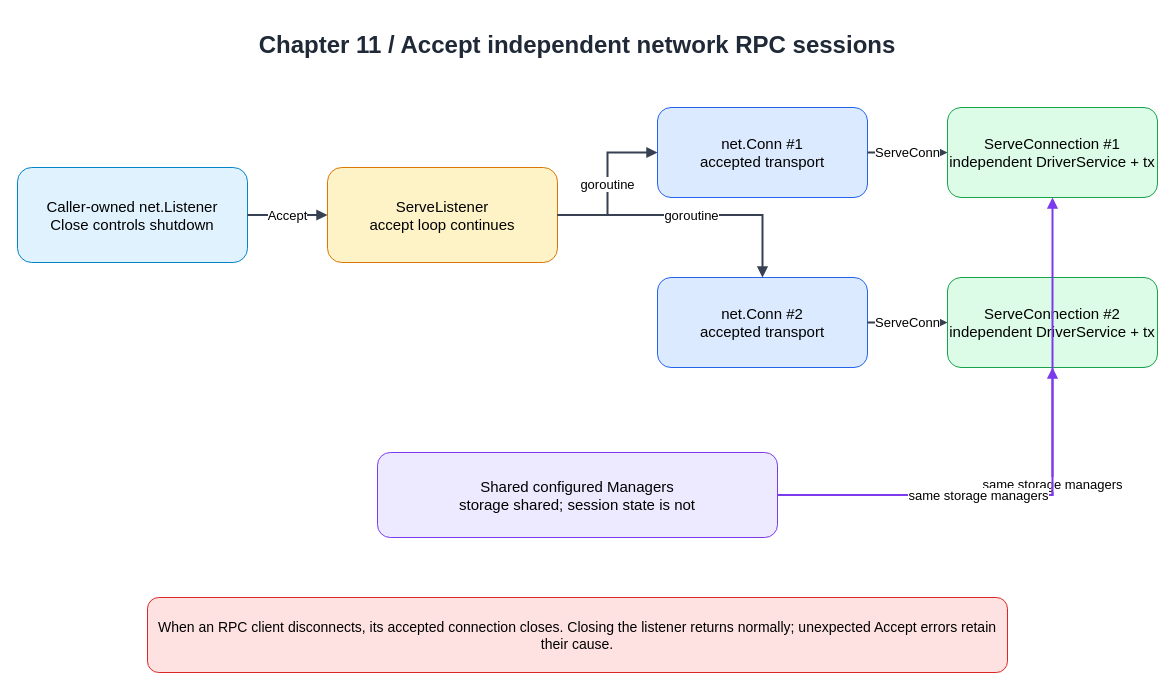
The draw.io diagram docs/diagrams/ch11-network-rpc-listener.drawio in Rwatana/simledb_in_go, before the edit. Source tidied: cells renumbered, new cells numbered last; positions are measured from the earlier drawing's top-left corner, leaving out a move shared by most shapes. Both pictures are drawn from the tidied source at 100%, with x=0, y=0 at pixel (17, 17).
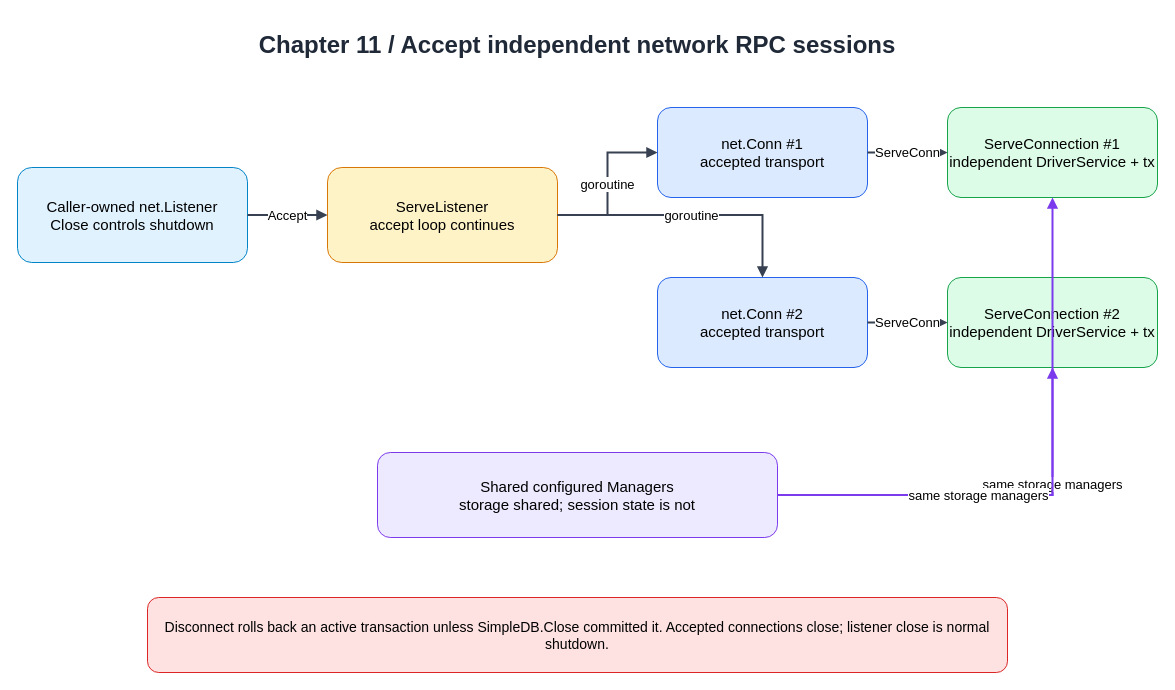
The same page after the edit.

Commit message (it also covers changes not shown here):
feat: roll back unfinished RPC transactions on disconnect (#1189)

Change to the diagram source:
```diff
@@
 <mxGraphModel>
   <root>
     <mxCell id="0" />
     <mxCell id="1" parent="0" />
     <mxCell id="2" value="Chapter 11 / Accept independent network RPC sessions" style="text;html=1;align=center;verticalAlign=middle;whiteSpace=wrap;rounded=0;fontSize=24;fontStyle=1;fontColor=#1f2937;" parent="1" vertex="1">
       <mxGeometry x="40" width="1040" height="55" as="geometry" />
     </mxCell>
     <mxCell id="3" value="Caller-owned net.Listener&#10;Close controls shutdown" style="rounded=1;whiteSpace=wrap;html=1;fillColor=#e0f2fe;strokeColor=#0284c7;fontSize=15;" parent="1" vertex="1">
       <mxGeometry y="150" width="230" height="95" as="geometry" />
     </mxCell>
     <mxCell id="4" value="ServeListener&#10;accept loop continues" style="rounded=1;whiteSpace=wrap;html=1;fillColor=#fef3c7;strokeColor=#d97706;fontSize=15;" parent="1" vertex="1">
       <mxGeometry x="310" y="150" width="230" height="95" as="geometry" />
     </mxCell>
     <mxCell id="5" value="net.Conn #1&#10;accepted transport" style="rounded=1;whiteSpace=wrap;html=1;fillColor=#dbeafe;strokeColor=#2563eb;fontSize=15;" parent="1" vertex="1">
       <mxGeometry x="640" y="90" width="210" height="90" as="geometry" />
     </mxCell>
     <mxCell id="6" value="ServeConnection #1&#10;independent DriverService + tx" style="rounded=1;whiteSpace=wrap;html=1;fillColor=#dcfce7;strokeColor=#16a34a;fontSize=15;" parent="1" vertex="1">
       <mxGeometry x="930" y="90" width="210" height="90" as="geometry" />
     </mxCell>
     <mxCell id="7" value="net.Conn #2&#10;accepted transport" style="rounded=1;whiteSpace=wrap;html=1;fillColor=#dbeafe;strokeColor=#2563eb;fontSize=15;" parent="1" vertex="1">
       <mxGeometry x="640" y="260" width="210" height="90" as="geometry" />
     </mxCell>
     <mxCell id="8" value="ServeConnection #2&#10;independent DriverService + tx" style="rounded=1;whiteSpace=wrap;html=1;fillColor=#dcfce7;strokeColor=#16a34a;fontSize=15;" parent="1" vertex="1">
       <mxGeometry x="930" y="260" width="210" height="90" as="geometry" />
     </mxCell>
     <mxCell id="9" value="Shared configured Managers&#10;storage shared; session state is not" style="rounded=1;whiteSpace=wrap;html=1;fillColor=#ede9fe;strokeColor=#7c3aed;fontSize=15;" parent="1" vertex="1">
       <mxGeometry x="360" y="435" width="400" height="85" as="geometry" />
     </mxCell>
-    <mxCell id="10" value="When an RPC client disconnects, its accepted connection closes. Closing the listener returns normally; unexpected Accept errors retain their cause." style="rounded=1;whiteSpace=wrap;html=1;fillColor=#fee2e2;strokeColor=#dc2626;fontSize=14;" parent="1" vertex="1">
+    <mxCell id="10" value="Disconnect rolls back an active transaction unless SimpleDB.Close committed it. Accepted connections close; listener close is normal shutdown." style="rounded=1;whiteSpace=wrap;html=1;fillColor=#fee2e2;strokeColor=#dc2626;fontSize=14;" parent="1" vertex="1">
       <mxGeometry x="130" y="580" width="860" height="75" as="geometry" />
     </mxCell>
     <mxCell id="11" value="Accept" style="edgeStyle=orthogonalEdgeStyle;rounded=0;jettySize=auto;html=1;endArrow=block;endFill=1;strokeColor=#374151;strokeWidth=2;fontSize=13;" parent="1" edge="1" source="3" target="4">
       <mxGeometry relative="1" as="geometry" />
     </mxCell>
     <mxCell id="12" value="goroutine" style="edgeStyle=orthogonalEdgeStyle;rounded=0;jettySize=auto;html=1;endArrow=block;endFill=1;strokeColor=#374151;strokeWidth=2;fontSize=13;" parent="1" edge="1" source="4" target="5">
       <mxGeometry relative="1" as="geometry" />
     </mxCell>
     <mxCell id="13" value="goroutine" style="edgeStyle=orthogonalEdgeStyle;rounded=0;jettySize=auto;html=1;endArrow=block;endFill=1;strokeColor=#374151;strokeWidth=2;fontSize=13;" parent="1" edge="1" source="4" target="7">
       <mxGeometry relative="1" as="geometry" />
     </mxCell>
     <mxCell id="14" value="ServeConn" style="edgeStyle=orthogonalEdgeStyle;rounded=0;jettySize=auto;html=1;endArrow=block;endFill=1;strokeColor=#374151;strokeWidth=2;fontSize=13;" parent="1" edge="1" source="5" target="6">
       <mxGeometry relative="1" as="geometry" />
     </mxCell>
     <mxCell id="15" value="ServeConn" style="edgeStyle=orthogonalEdgeStyle;rounded=0;jettySize=auto;html=1;endArrow=block;endFill=1;strokeColor=#374151;strokeWidth=2;fontSize=13;" parent="1" edge="1" source="7" target="8">
       <mxGeometry relative="1" as="geometry" />
     </mxCell>
     <mxCell id="16" value="same storage managers" style="edgeStyle=orthogonalEdgeStyle;rounded=0;jettySize=auto;html=1;endArrow=block;endFill=1;strokeColor=#7c3aed;strokeWidth=2;fontSize=13;" parent="1" edge="1" source="9" target="6">
       <mxGeometry relative="1" as="geometry" />
     </mxCell>
     <mxCell id="17" value="same storage managers" style="edgeStyle=orthogonalEdgeStyle;rounded=0;jettySize=auto;html=1;endArrow=block;endFill=1;strokeColor=#7c3aed;strokeWidth=2;fontSize=13;" parent="1" edge="1" source="9" target="8">
       <mxGeometry relative="1" as="geometry" />
     </mxCell>
   </root>
 </mxGraphModel>
```
